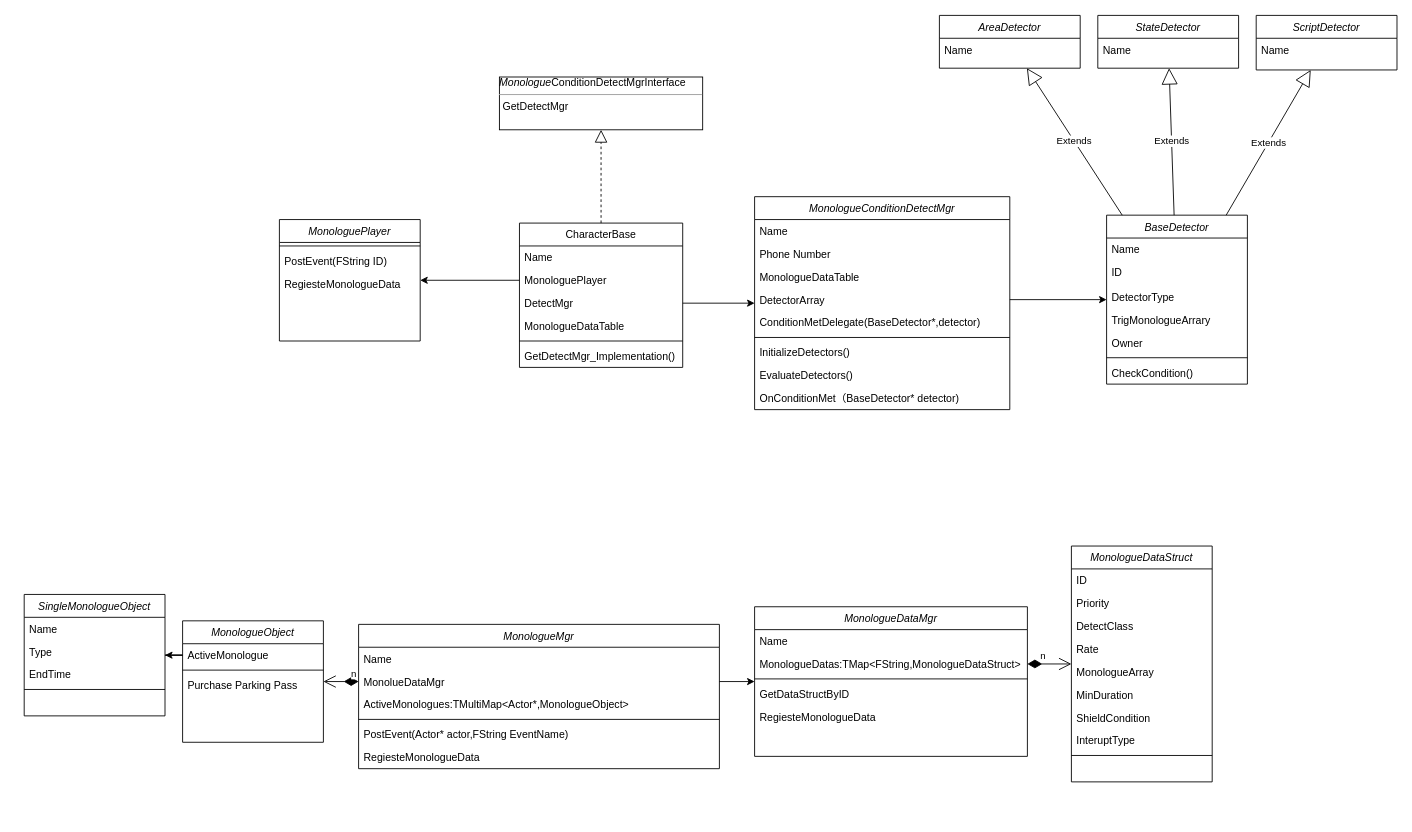
Earlier version of the draw.io diagram Wwise.drawio (linking314/hello-world). Source tidied: cells renumbered, new cells numbered last; positions are measured from the earlier drawing's top-left corner, leaving out a move shared by most shapes. Both pictures are drawn from the tidied source at 88%, with x=0, y=0 at pixel (24, 15).
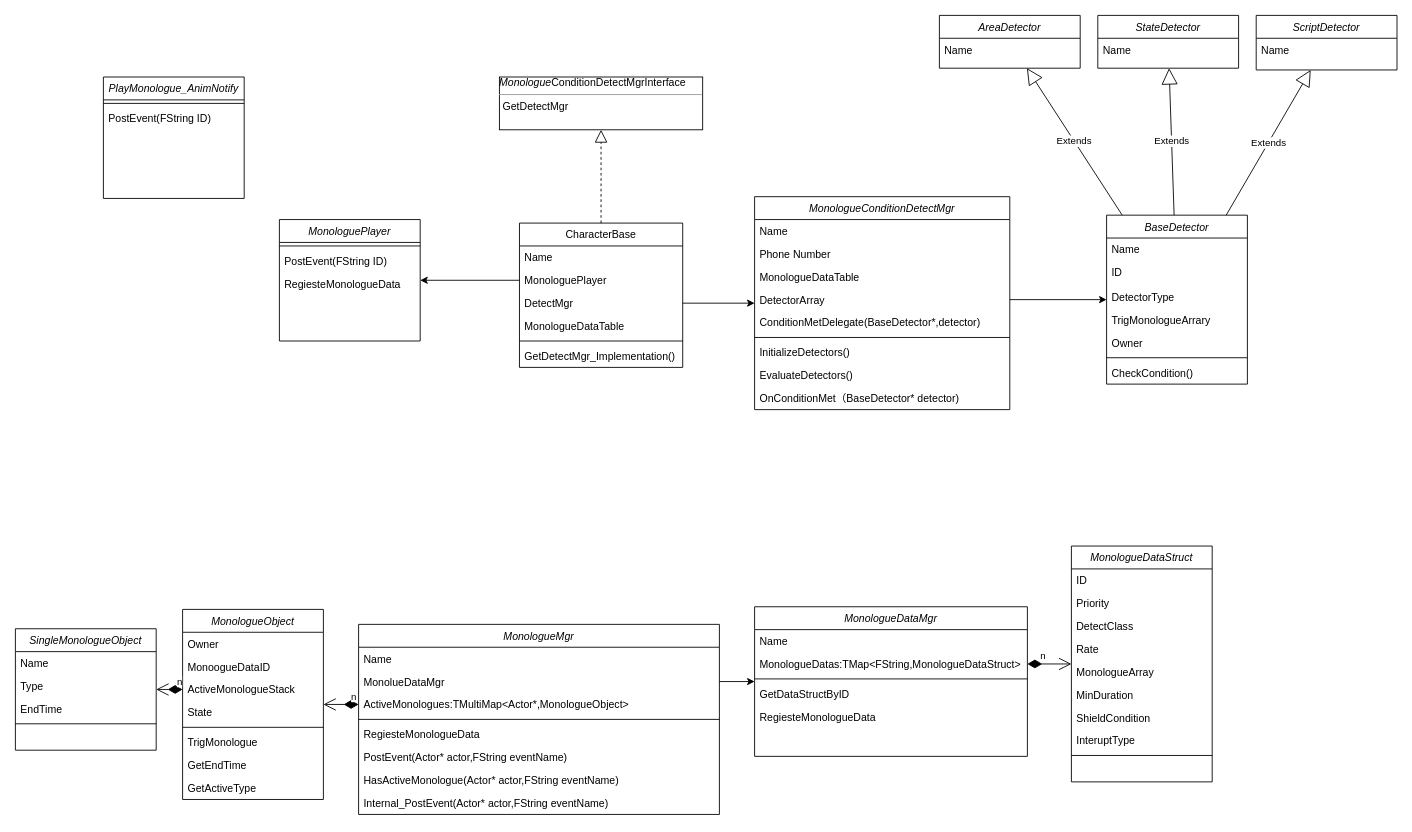
After the change.

The change refers to these unchanged cells:
```xml
<mxCell id="19" value="MonolueDataMgr" style="text;align=left;verticalAlign=top;spacingLeft=4;spacingRight=4;overflow=hidden;points=[[0,0.5],[1,0.5]];portConstraint=eastwest;" parent="17" vertex="1">
  <mxGeometry y="52" width="410" height="26" as="geometry" />
</mxCell>
<mxCell id="20" value="ActiveMonologues:TMultiMap&lt;Actor*,MonologueObject&gt;" style="text;align=left;verticalAlign=top;spacingLeft=4;spacingRight=4;overflow=hidden;points=[[0,0.5],[1,0.5]];portConstraint=eastwest;" parent="17" vertex="1">
  <mxGeometry y="78" width="410" height="26" as="geometry" />
</mxCell>
```

What changed in the source:
```diff
@@
     <mxCell id="17" value="MonologueMgr" style="swimlane;fontStyle=2;align=center;verticalAlign=top;horizontal=1;startSize=26;rounded=0;shadow=0;strokeWidth=1;" parent="1" vertex="1">
-      <mxGeometry x="380" y="692" width="410" height="164" as="geometry" />
+      <mxGeometry x="380" y="692" width="410" height="216" as="geometry" />
     </mxCell>
@@
+    <mxCell id="23" value="RegiesteMonologueData" style="text;align=left;verticalAlign=top;spacingLeft=4;spacingRight=4;overflow=hidden;" parent="17" vertex="1">
+      <mxGeometry y="112" width="410" height="26" as="geometry" />
+    </mxCell>
-    <mxCell id="22" value="PostEvent(Actor* actor,FString EventName)" style="text;align=left;verticalAlign=top;spacingLeft=4;spacingRight=4;overflow=hidden;" parent="17" vertex="1">
-      <mxGeometry y="112" width="410" height="26" as="geometry" />
+    <mxCell id="22" value="PostEvent(Actor* actor,FString eventName)" style="text;align=left;verticalAlign=top;spacingLeft=4;spacingRight=4;overflow=hidden;" parent="17" vertex="1">
+      <mxGeometry y="138" width="410" height="26" as="geometry" />
     </mxCell>
-    <mxCell id="23" value="RegiesteMonologueData" style="text;align=left;verticalAlign=top;spacingLeft=4;spacingRight=4;overflow=hidden;" parent="17" vertex="1">
-      <mxGeometry y="138" width="410" height="26" as="geometry" />
-    </mxCell>
+    <mxCell id="81" value="HasActiveMonologue(Actor* actor,FString eventName)" style="text;align=left;verticalAlign=top;spacingLeft=4;spacingRight=4;overflow=hidden;" parent="17" vertex="1">
+      <mxGeometry y="164" width="410" height="26" as="geometry" />
+    </mxCell>
+    <mxCell id="82" value="Internal_PostEvent(Actor* actor,FString eventName)" style="text;align=left;verticalAlign=top;spacingLeft=4;spacingRight=4;overflow=hidden;" parent="17" vertex="1">
+      <mxGeometry y="190" width="410" height="26" as="geometry" />
+    </mxCell>
     <mxCell id="24" value="MonologueObject" style="swimlane;fontStyle=2;align=center;verticalAlign=top;horizontal=1;startSize=26;rounded=0;shadow=0;strokeWidth=1;" parent="1" vertex="1">
-      <mxGeometry x="180" y="688" width="160" height="138" as="geometry" />
+      <mxGeometry x="180" y="675" width="160" height="216" as="geometry" />
     </mxCell>
+    <mxCell id="83" value="Owner" style="text;align=left;verticalAlign=top;spacingLeft=4;spacingRight=4;overflow=hidden;" parent="24" vertex="1">
+      <mxGeometry y="26" width="160" height="26" as="geometry" />
+    </mxCell>
+    <mxCell id="84" value="MonoogueDataID" style="text;align=left;verticalAlign=top;spacingLeft=4;spacingRight=4;overflow=hidden;" parent="24" vertex="1">
+      <mxGeometry y="52" width="160" height="26" as="geometry" />
+    </mxCell>
-    <mxCell id="25" value="ActiveMonologue" style="text;align=left;verticalAlign=top;spacingLeft=4;spacingRight=4;overflow=hidden;points=[[0,0.5],[1,0.5]];portConstraint=eastwest;" parent="24" vertex="1">
-      <mxGeometry y="26" width="160" height="26" as="geometry" />
+    <mxCell id="25" value="ActiveMonologueStack" style="text;align=left;verticalAlign=top;spacingLeft=4;spacingRight=4;overflow=hidden;points=[[0,0.5],[1,0.5]];portConstraint=eastwest;" parent="24" vertex="1">
+      <mxGeometry y="78" width="160" height="26" as="geometry" />
     </mxCell>
+    <mxCell id="85" value="State" style="text;align=left;verticalAlign=top;spacingLeft=4;spacingRight=4;overflow=hidden;" parent="24" vertex="1">
+      <mxGeometry y="104" width="160" height="26" as="geometry" />
+    </mxCell>
     <mxCell id="26" style="line;html=1;strokeWidth=1;align=left;verticalAlign=middle;spacingTop=-1;spacingLeft=3;spacingRight=3;labelPosition=right;" parent="24" vertex="1">
-      <mxGeometry y="52" width="160" height="8" as="geometry" />
+      <mxGeometry y="130" width="160" height="8" as="geometry" />
     </mxCell>
-    <mxCell id="27" value="Purchase Parking Pass" style="text;align=left;verticalAlign=top;spacingLeft=4;spacingRight=4;overflow=hidden;" parent="24" vertex="1">
-      <mxGeometry y="60" width="160" height="26" as="geometry" />
+    <mxCell id="27" value="TrigMonologue" style="text;align=left;verticalAlign=top;spacingLeft=4;spacingRight=4;overflow=hidden;" parent="24" vertex="1">
+      <mxGeometry y="138" width="160" height="26" as="geometry" />
     </mxCell>
+    <mxCell id="86" value="GetEndTime" style="text;align=left;verticalAlign=top;spacingLeft=4;spacingRight=4;overflow=hidden;" parent="24" vertex="1">
+      <mxGeometry y="164" width="160" height="26" as="geometry" />
+    </mxCell>
+    <mxCell id="87" value="GetActiveType" style="text;align=left;verticalAlign=top;spacingLeft=4;spacingRight=4;overflow=hidden;" parent="24" vertex="1">
+      <mxGeometry y="190" width="160" height="26" as="geometry" />
+    </mxCell>
     <mxCell id="28" value="SingleMonologueObject" style="swimlane;fontStyle=2;align=center;verticalAlign=top;horizontal=1;startSize=26;rounded=0;shadow=0;strokeWidth=1;" parent="1" vertex="1">
-      <mxGeometry y="658" width="160" height="138" as="geometry" />
+      <mxGeometry x="-10" y="697" width="160" height="138" as="geometry" />
     </mxCell>
@@
-    <mxCell id="73" style="edgeStyle=orthogonalEdgeStyle;rounded=0;jettySize=auto;html=1;" parent="1" edge="1" source="25" target="28">
-      <mxGeometry relative="1" as="geometry" />
-    </mxCell>
-    <mxCell id="74" value="n" style="endArrow=open;html=1;endSize=12;startArrow=diamondThin;startSize=14;startFill=1;edgeStyle=orthogonalEdgeStyle;align=left;verticalAlign=bottom;" parent="1" edge="1" source="19" target="24">
+    <mxCell id="74" value="n" style="endArrow=open;html=1;endSize=12;startArrow=diamondThin;startSize=14;startFill=1;edgeStyle=orthogonalEdgeStyle;align=left;verticalAlign=bottom;" parent="1" edge="1" source="20" target="24">
       <mxGeometry x="-0.5" relative="1" as="geometry" />
     </mxCell>
@@
+    <mxCell id="88" value="PlayMonologue_AnimNotify" style="swimlane;fontStyle=2;align=center;verticalAlign=top;horizontal=1;startSize=26;rounded=0;shadow=0;strokeWidth=1;" parent="1" vertex="1">
+      <mxGeometry x="90" y="70" width="160" height="138" as="geometry" />
+    </mxCell>
+    <mxCell id="89" style="line;html=1;strokeWidth=1;align=left;verticalAlign=middle;spacingTop=-1;spacingLeft=3;spacingRight=3;labelPosition=right;" parent="88" vertex="1">
+      <mxGeometry y="26" width="160" height="8" as="geometry" />
+    </mxCell>
+    <mxCell id="90" value="PostEvent(FString ID)" style="text;align=left;verticalAlign=top;spacingLeft=4;spacingRight=4;overflow=hidden;" parent="88" vertex="1">
+      <mxGeometry y="34" width="160" height="26" as="geometry" />
+    </mxCell>
+    <mxCell id="73" value="n" style="endArrow=open;html=1;endSize=12;startArrow=diamondThin;startSize=14;startFill=1;edgeStyle=orthogonalEdgeStyle;align=left;verticalAlign=bottom;" parent="1" edge="1" source="25" target="28">
+      <mxGeometry x="-0.5" relative="1" as="geometry" />
+    </mxCell>
```
